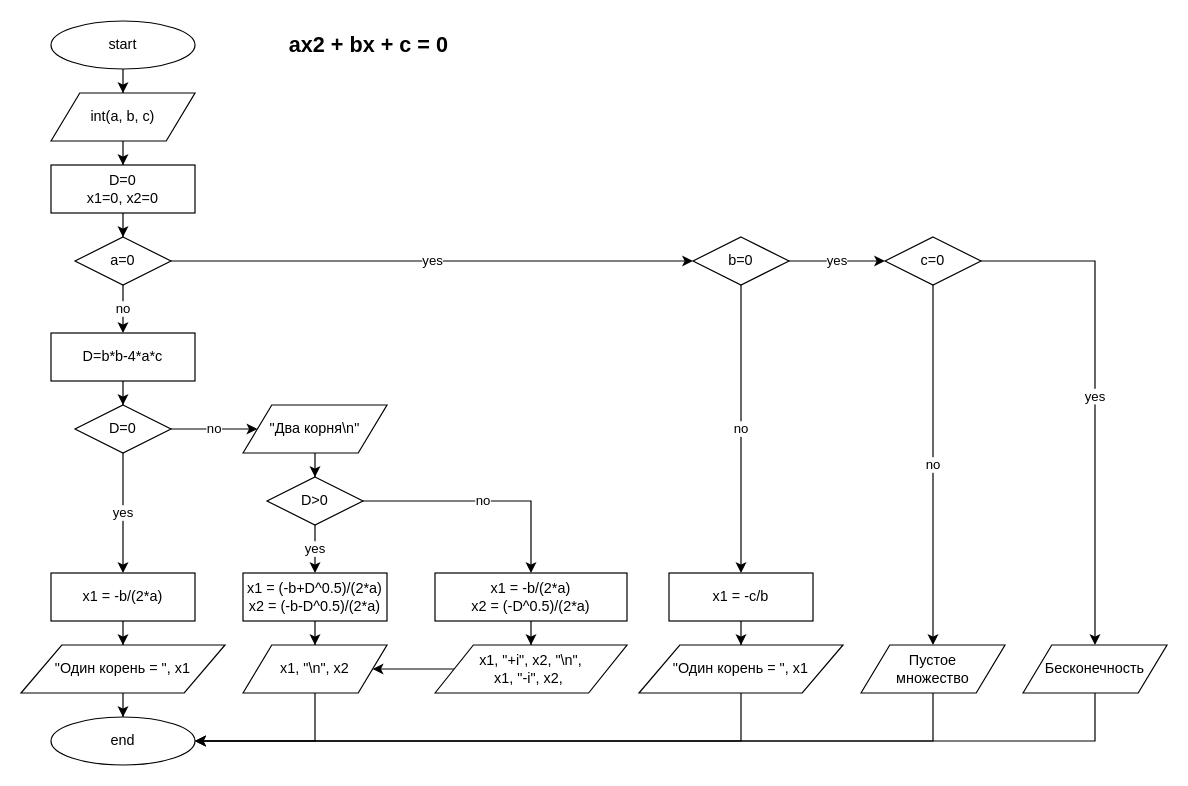
The draw.io diagram page "Page-1" (1 of 2) of week2/ax2+bx+c.drawio in nialterexova/self-education, before the edit. Source tidied: cells renumbered, new cells numbered last; positions are measured from the earlier drawing's top-left corner, leaving out a move shared by most shapes. Both pictures are drawn from the tidied source at 120%, with x=0, y=0 at pixel (20, 20).
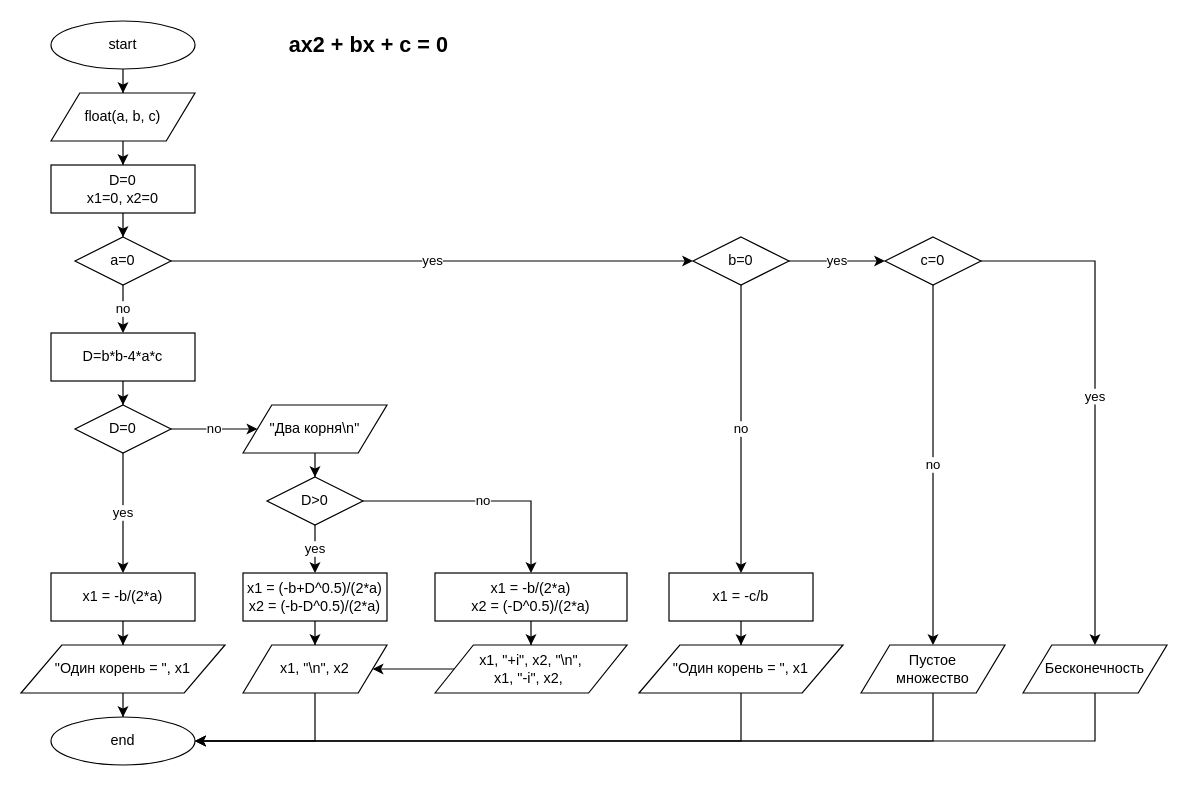
The same page after the edit.

Change to the diagram source:
```diff
@@
-    <mxCell id="6" value="int(a, b, c)" style="shape=parallelogram;perimeter=parallelogramPerimeter;whiteSpace=wrap;html=1;" parent="1" vertex="1">
+    <mxCell id="6" value="float(a, b, c)" style="shape=parallelogram;perimeter=parallelogramPerimeter;whiteSpace=wrap;html=1;" parent="1" vertex="1">
       <mxGeometry x="25" y="60" width="120" height="40" as="geometry" />
     </mxCell>
```
